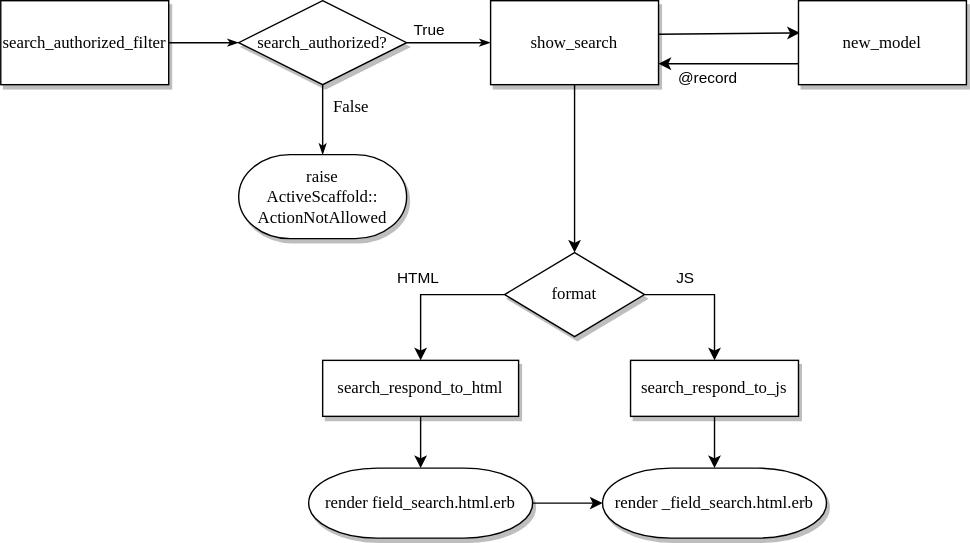
This is diagrams/show_search_field_search.drawio.svg from activescaffold/active_scaffold, a draw.io export, as it was before one commit. Source tidied: cells renumbered, new cells last; positions are measured from the earlier drawing's top-left corner, leaving out a move shared by most shapes.
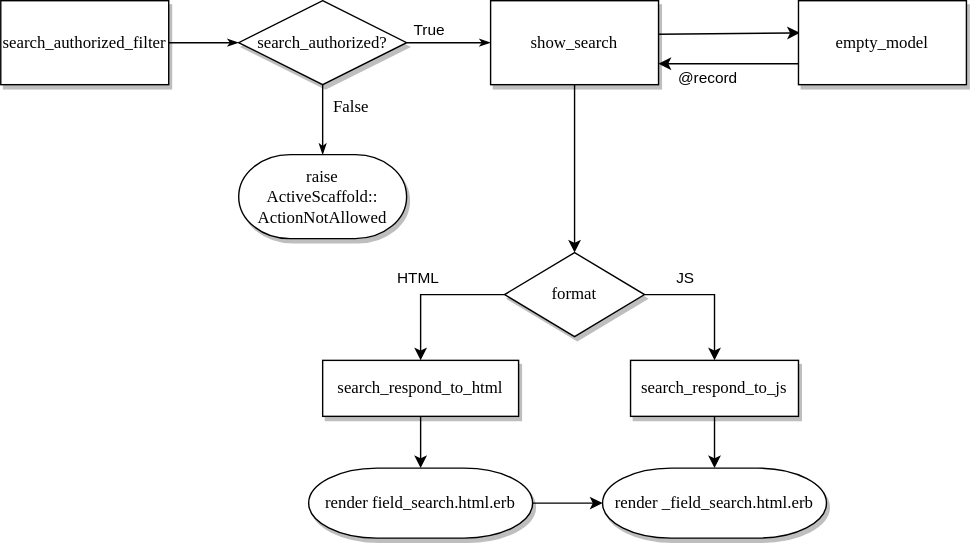
The same diagram one commit later.

Diff of the diagram source:
```diff
@@ -65,7 +65,7 @@
     <mxCell id="20" value="@record" style="edgeLabel;html=1;align=center;verticalAlign=middle;" parent="19" vertex="1">
       <mxGeometry x="0.31" y="9" relative="1" as="geometry" />
     </mxCell>
-    <mxCell id="21" value="new_model" style="rounded=0;whiteSpace=wrap;html=1;shadow=1;labelBackgroundColor=none;strokeWidth=1;fontFamily=Verdana;fontSize=12;align=center;" parent="1" vertex="1">
+    <mxCell id="21" value="empty_model" style="rounded=0;whiteSpace=wrap;html=1;shadow=1;labelBackgroundColor=none;strokeWidth=1;fontFamily=Verdana;fontSize=12;align=center;" parent="1" vertex="1">
       <mxGeometry x="570" width="120" height="60" as="geometry" />
     </mxCell>
     <mxCell id="22" style="edgeStyle=orthogonalEdgeStyle;rounded=0;jettySize=auto;html=1;exitX=0.5;exitY=1;exitDx=0;exitDy=0;" parent="1" edge="1" source="5" target="12">
```
